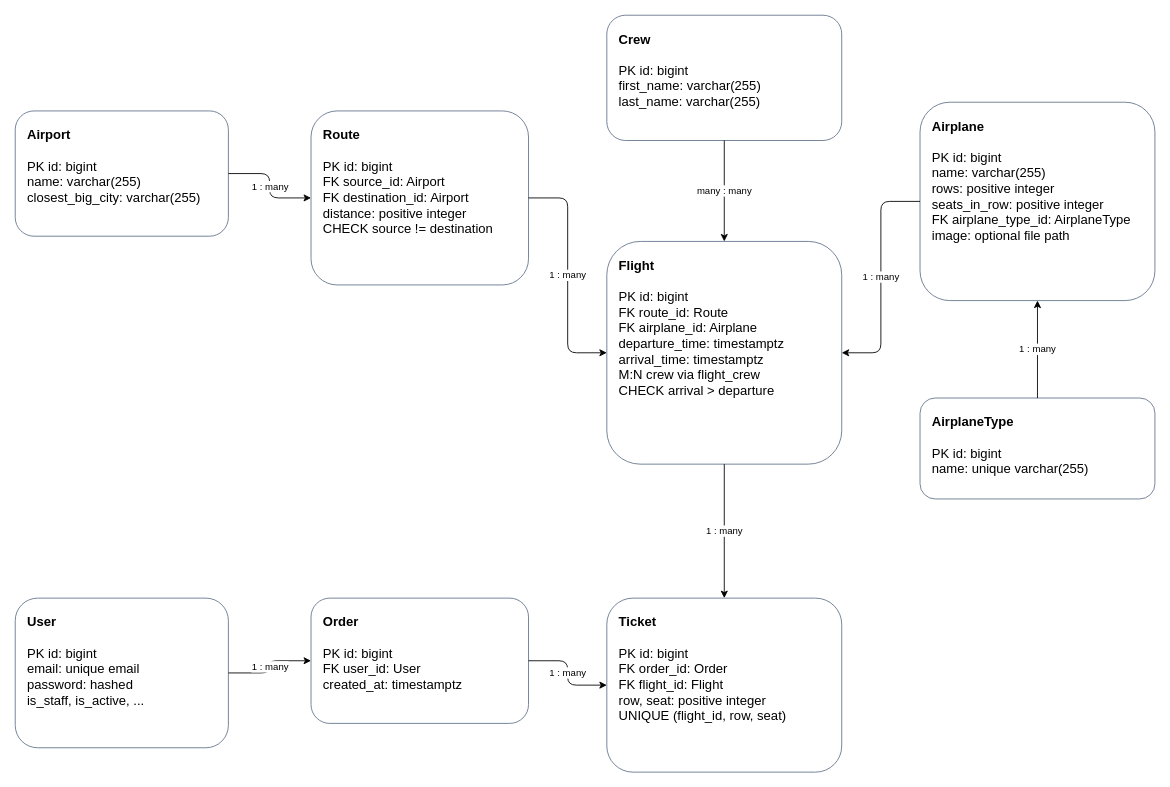
Earlier version of the draw.io diagram docs/database-diagram.drawio (makar111111/airport-api). Source tidied: cells renumbered, new cells numbered last; positions are measured from the earlier drawing's top-left corner, leaving out a move shared by most shapes. Both pictures are drawn from the tidied source at 87%, with x=0, y=0 at pixel (15, 15).
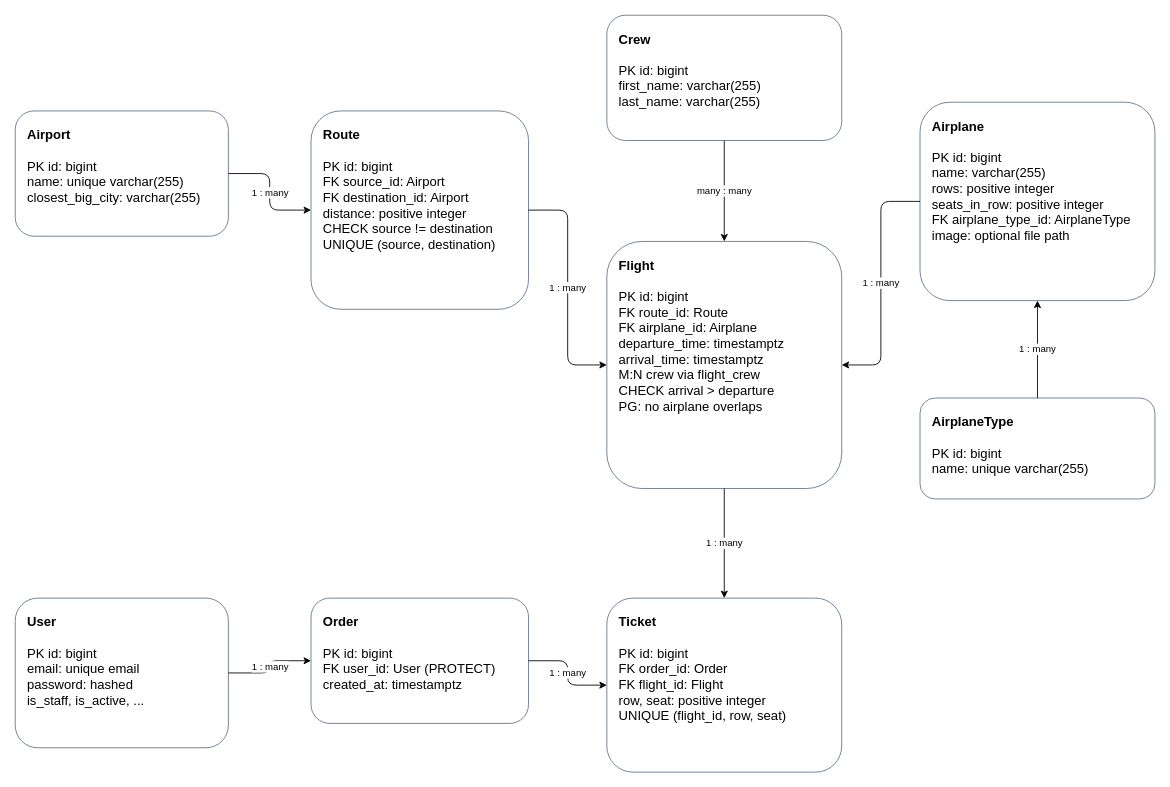
Above is the later version.

What changed in the source:
```diff
@@
 <mxGraphModel>
   <root>
     <mxCell id="0" />
     <mxCell id="1" parent="0" />
-    <mxCell id="2" value="&lt;b&gt;Airport&lt;/b&gt;&lt;br&gt;&lt;br&gt;PK  id: bigint&lt;br&gt;name: varchar(255)&lt;br&gt;closest_big_city: varchar(255)" style="rounded=1;whiteSpace=wrap;html=1;align=left;verticalAlign=top;spacing=14;fillColor=#ffffff;strokeColor=#64748b;fontSize=15;" parent="1" vertex="1">
+    <mxCell id="2" value="&lt;b&gt;Airport&lt;/b&gt;&lt;br&gt;&lt;br&gt;PK  id: bigint&lt;br&gt;name: unique varchar(255)&lt;br&gt;closest_big_city: varchar(255)" style="rounded=1;whiteSpace=wrap;html=1;align=left;verticalAlign=top;spacing=14;fillColor=#ffffff;strokeColor=#64748b;fontSize=15;" parent="1" vertex="1">
       <mxGeometry y="110" width="245" height="144" as="geometry" />
     </mxCell>
-    <mxCell id="3" value="&lt;b&gt;Route&lt;/b&gt;&lt;br&gt;&lt;br&gt;PK  id: bigint&lt;br&gt;FK  source_id: Airport&lt;br&gt;FK  destination_id: Airport&lt;br&gt;distance: positive integer&lt;br&gt;CHECK source != destination" style="rounded=1;whiteSpace=wrap;html=1;align=left;verticalAlign=top;spacing=14;fillColor=#ffffff;strokeColor=#64748b;fontSize=15;" parent="1" vertex="1">
-      <mxGeometry x="340" y="110" width="250" height="200" as="geometry" />
+    <mxCell id="3" value="&lt;b&gt;Route&lt;/b&gt;&lt;br&gt;&lt;br&gt;PK  id: bigint&lt;br&gt;FK  source_id: Airport&lt;br&gt;FK  destination_id: Airport&lt;br&gt;distance: positive integer&lt;br&gt;CHECK source != destination&lt;br&gt;UNIQUE (source, destination)" style="rounded=1;whiteSpace=wrap;html=1;align=left;verticalAlign=top;spacing=14;fillColor=#ffffff;strokeColor=#64748b;fontSize=15;" parent="1" vertex="1">
+      <mxGeometry x="340" y="110" width="250" height="228" as="geometry" />
     </mxCell>
     <mxCell id="4" value="&lt;b&gt;Crew&lt;/b&gt;&lt;br&gt;&lt;br&gt;PK  id: bigint&lt;br&gt;first_name: varchar(255)&lt;br&gt;last_name: varchar(255)" style="rounded=1;whiteSpace=wrap;html=1;align=left;verticalAlign=top;spacing=14;fillColor=#ffffff;strokeColor=#64748b;fontSize=15;" parent="1" vertex="1">
       <mxGeometry x="680" width="270" height="144" as="geometry" />
     </mxCell>
-    <mxCell id="5" value="&lt;b&gt;Flight&lt;/b&gt;&lt;br&gt;&lt;br&gt;PK  id: bigint&lt;br&gt;FK  route_id: Route&lt;br&gt;FK  airplane_id: Airplane&lt;br&gt;departure_time: timestamptz&lt;br&gt;arrival_time: timestamptz&lt;br&gt;M:N crew via flight_crew&lt;br&gt;CHECK arrival &amp;gt; departure" style="rounded=1;whiteSpace=wrap;html=1;align=left;verticalAlign=top;spacing=14;fillColor=#ffffff;strokeColor=#64748b;fontSize=15;" parent="1" vertex="1">
-      <mxGeometry x="680" y="260" width="270" height="256" as="geometry" />
+    <mxCell id="5" value="&lt;b&gt;Flight&lt;/b&gt;&lt;br&gt;&lt;br&gt;PK  id: bigint&lt;br&gt;FK  route_id: Route&lt;br&gt;FK  airplane_id: Airplane&lt;br&gt;departure_time: timestamptz&lt;br&gt;arrival_time: timestamptz&lt;br&gt;M:N crew via flight_crew&lt;br&gt;CHECK arrival &amp;gt; departure&lt;br&gt;PG: no airplane overlaps" style="rounded=1;whiteSpace=wrap;html=1;align=left;verticalAlign=top;spacing=14;fillColor=#ffffff;strokeColor=#64748b;fontSize=15;" parent="1" vertex="1">
+      <mxGeometry x="680" y="260" width="270" height="284" as="geometry" />
     </mxCell>
     <mxCell id="6" value="&lt;b&gt;Airplane&lt;/b&gt;&lt;br&gt;&lt;br&gt;PK  id: bigint&lt;br&gt;name: varchar(255)&lt;br&gt;rows: positive integer&lt;br&gt;seats_in_row: positive integer&lt;br&gt;FK  airplane_type_id: AirplaneType&lt;br&gt;image: optional file path" style="rounded=1;whiteSpace=wrap;html=1;align=left;verticalAlign=top;spacing=14;fillColor=#ffffff;strokeColor=#64748b;fontSize=15;" parent="1" vertex="1">
       <mxGeometry x="1040" y="100" width="270" height="228" as="geometry" />
     </mxCell>
     <mxCell id="7" value="&lt;b&gt;AirplaneType&lt;/b&gt;&lt;br&gt;&lt;br&gt;PK  id: bigint&lt;br&gt;name: unique varchar(255)" style="rounded=1;whiteSpace=wrap;html=1;align=left;verticalAlign=top;spacing=14;fillColor=#ffffff;strokeColor=#64748b;fontSize=15;" parent="1" vertex="1">
       <mxGeometry x="1040" y="440" width="270" height="116" as="geometry" />
     </mxCell>
     <mxCell id="8" value="&lt;b&gt;User&lt;/b&gt;&lt;br&gt;&lt;br&gt;PK  id: bigint&lt;br&gt;email: unique email&lt;br&gt;password: hashed&lt;br&gt;is_staff, is_active, ..." style="rounded=1;whiteSpace=wrap;html=1;align=left;verticalAlign=top;spacing=14;fillColor=#ffffff;strokeColor=#64748b;fontSize=15;" parent="1" vertex="1">
       <mxGeometry y="670" width="245" height="172" as="geometry" />
     </mxCell>
-    <mxCell id="9" value="&lt;b&gt;Order&lt;/b&gt;&lt;br&gt;&lt;br&gt;PK  id: bigint&lt;br&gt;FK  user_id: User&lt;br&gt;created_at: timestamptz" style="rounded=1;whiteSpace=wrap;html=1;align=left;verticalAlign=top;spacing=14;fillColor=#ffffff;strokeColor=#64748b;fontSize=15;" parent="1" vertex="1">
+    <mxCell id="9" value="&lt;b&gt;Order&lt;/b&gt;&lt;br&gt;&lt;br&gt;PK  id: bigint&lt;br&gt;FK  user_id: User (PROTECT)&lt;br&gt;created_at: timestamptz" style="rounded=1;whiteSpace=wrap;html=1;align=left;verticalAlign=top;spacing=14;fillColor=#ffffff;strokeColor=#64748b;fontSize=15;" parent="1" vertex="1">
       <mxGeometry x="340" y="670" width="250" height="144" as="geometry" />
     </mxCell>
     <mxCell id="10" value="&lt;b&gt;Ticket&lt;/b&gt;&lt;br&gt;&lt;br&gt;PK  id: bigint&lt;br&gt;FK  order_id: Order&lt;br&gt;FK  flight_id: Flight&lt;br&gt;row, seat: positive integer&lt;br&gt;UNIQUE (flight_id, row, seat)" style="rounded=1;whiteSpace=wrap;html=1;align=left;verticalAlign=top;spacing=14;fillColor=#ffffff;strokeColor=#64748b;fontSize=15;" parent="1" vertex="1">
       <mxGeometry x="680" y="670" width="270" height="200" as="geometry" />
     </mxCell>
     <mxCell id="11" value="1 : many" style="edgeStyle=orthogonalEdgeStyle;html=1;" parent="1" edge="1" source="2" target="3">
       <mxGeometry relative="1" as="geometry" />
     </mxCell>
     <mxCell id="12" value="1 : many" style="edgeStyle=orthogonalEdgeStyle;html=1;" parent="1" edge="1" source="3" target="5">
       <mxGeometry relative="1" as="geometry" />
     </mxCell>
     <mxCell id="13" value="many : many" style="edgeStyle=orthogonalEdgeStyle;html=1;" parent="1" edge="1" source="4" target="5">
       <mxGeometry relative="1" as="geometry" />
     </mxCell>
     <mxCell id="14" value="1 : many" style="edgeStyle=orthogonalEdgeStyle;html=1;" parent="1" edge="1" source="6" target="5">
       <mxGeometry relative="1" as="geometry" />
     </mxCell>
     <mxCell id="15" value="1 : many" style="edgeStyle=orthogonalEdgeStyle;html=1;" parent="1" edge="1" source="7" target="6">
       <mxGeometry relative="1" as="geometry" />
     </mxCell>
     <mxCell id="16" value="1 : many" style="edgeStyle=orthogonalEdgeStyle;html=1;" parent="1" edge="1" source="8" target="9">
       <mxGeometry relative="1" as="geometry" />
     </mxCell>
     <mxCell id="17" value="1 : many" style="edgeStyle=orthogonalEdgeStyle;html=1;" parent="1" edge="1" source="9" target="10">
       <mxGeometry relative="1" as="geometry" />
     </mxCell>
     <mxCell id="18" value="1 : many" style="edgeStyle=orthogonalEdgeStyle;html=1;" parent="1" edge="1" source="5" target="10">
       <mxGeometry relative="1" as="geometry" />
     </mxCell>
   </root>
 </mxGraphModel>
```
